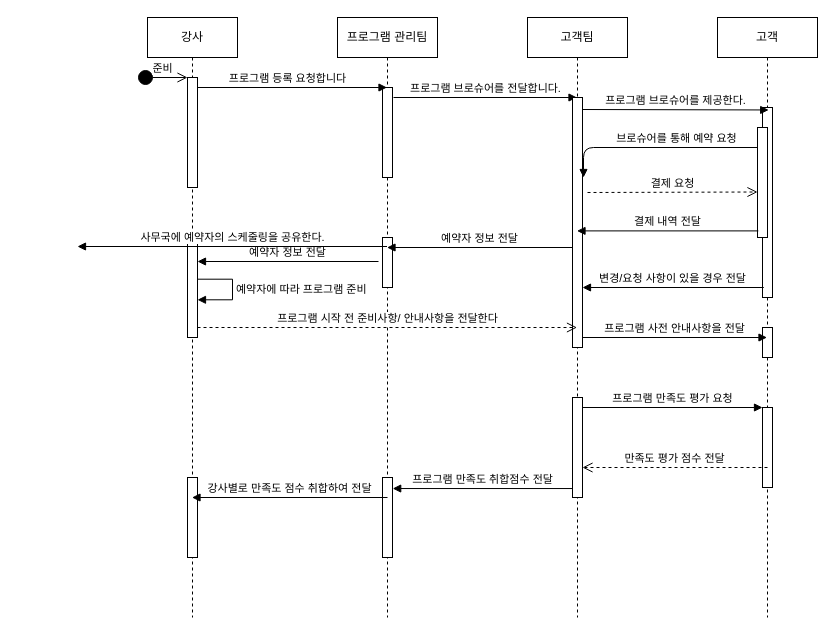
This is page "시퀀스" (4 of 4) of 제목 없는 다이어그램.drawio from ys-choi1203/tttTest, a draw.io file, before an edit. Source tidied: cells renumbered, new cells numbered last; positions are measured from the earlier drawing's top-left corner, leaving out a move shared by most shapes. Both pictures are drawn from the tidied source at 100%, with x=0, y=0 at pixel (77, 17).
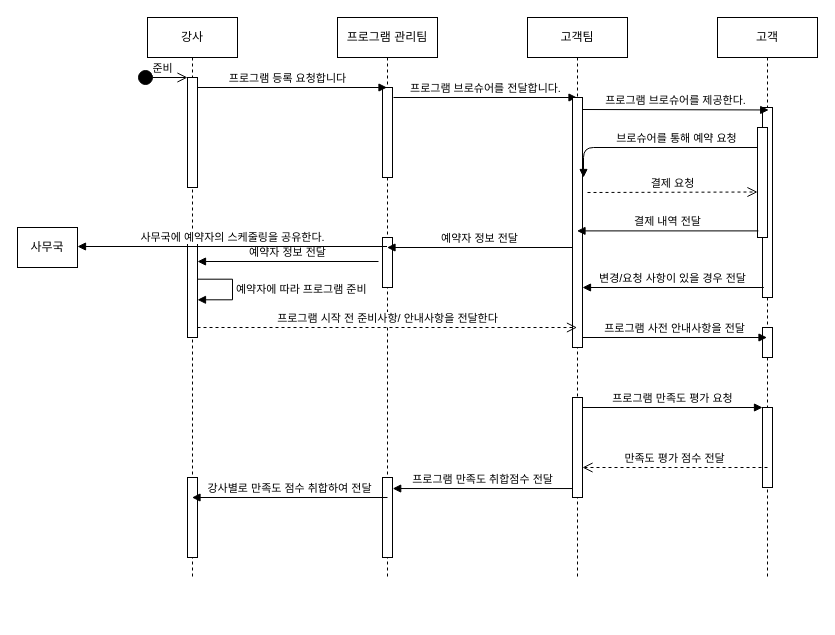
The same page after the edit.

Change to the diagram source:
```diff
@@
     <mxCell id="2" value="강사" style="shape=umlLifeline;perimeter=lifelinePerimeter;whiteSpace=wrap;html=1;outlineConnect=0;" parent="1" vertex="1">
-      <mxGeometry x="70" width="90" height="600" as="geometry" />
+      <mxGeometry x="70" width="90" height="560" as="geometry" />
     </mxCell>
@@
     <mxCell id="7" value="프로그램 관리팀" style="shape=umlLifeline;perimeter=lifelinePerimeter;whiteSpace=wrap;html=1;outlineConnect=0;" parent="1" vertex="1">
-      <mxGeometry x="260" width="100" height="600" as="geometry" />
+      <mxGeometry x="260" width="100" height="560" as="geometry" />
     </mxCell>
@@
     <mxCell id="11" value="고객팀" style="shape=umlLifeline;perimeter=lifelinePerimeter;whiteSpace=wrap;html=1;outlineConnect=0;" parent="1" vertex="1">
-      <mxGeometry x="450" width="100" height="600" as="geometry" />
+      <mxGeometry x="450" width="100" height="560" as="geometry" />
     </mxCell>
@@
     <mxCell id="13" value="고객" style="shape=umlLifeline;perimeter=lifelinePerimeter;whiteSpace=wrap;html=1;" parent="1" vertex="1">
-      <mxGeometry x="640" width="100" height="600" as="geometry" />
+      <mxGeometry x="640" width="100" height="560" as="geometry" />
     </mxCell>
@@
+    <mxCell id="36" value="사무국" style="rounded=0;whiteSpace=wrap;html=1;" parent="1" vertex="1">
+      <mxGeometry x="-60" y="210" width="60" height="40" as="geometry" />
+    </mxCell>
```
